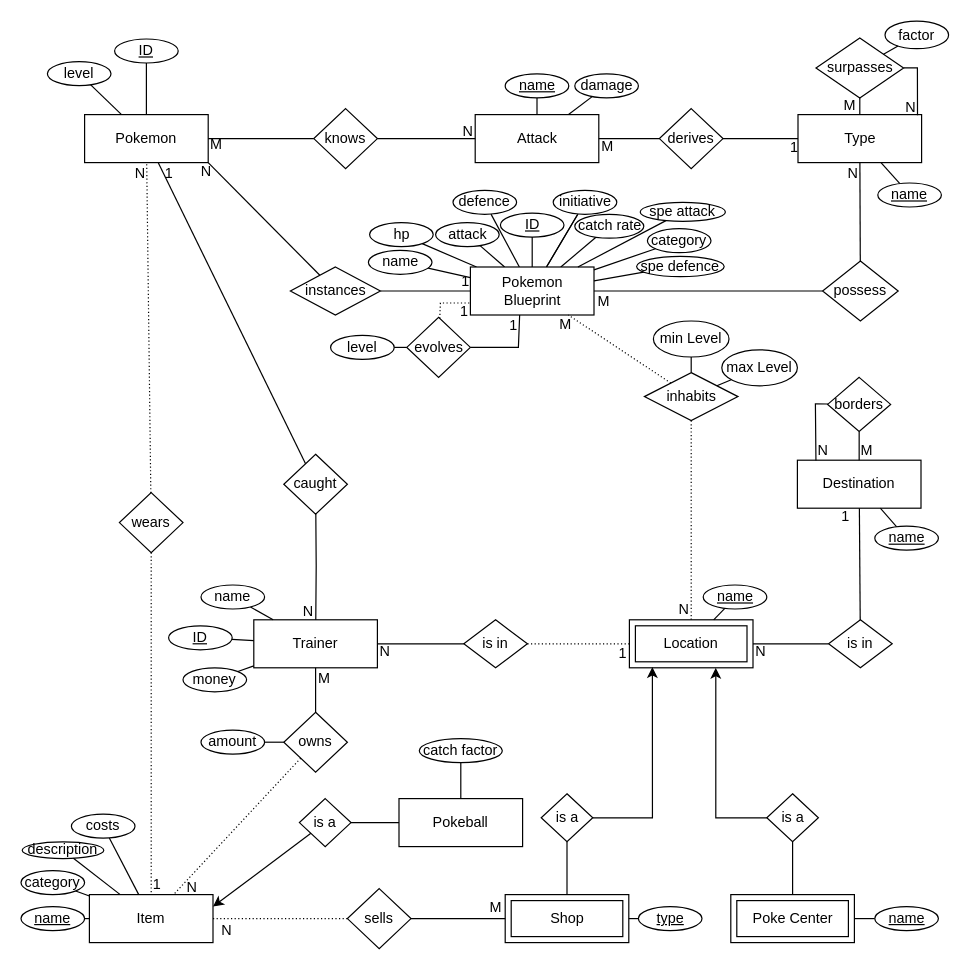
Above: Projekt/Pokemon Scuffed Grey.drawio in mypictur3esforu/Pokemon-Scuffed-Grey (draw.io), before the change. Source tidied: cells renumbered, new cells numbered last; positions are measured from the earlier drawing's top-left corner, leaving out a move shared by most shapes. Both pictures are drawn from the tidied source at 120%, with x=0, y=0 at pixel (20, 20).
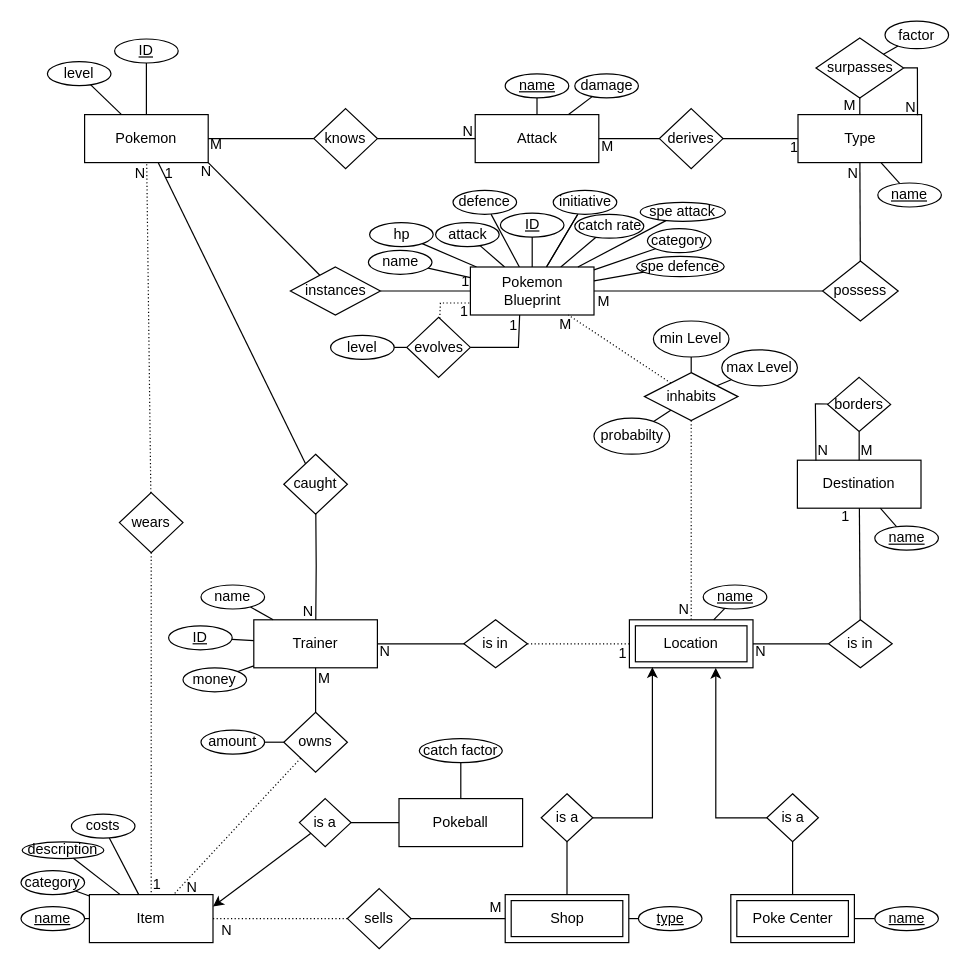
Above is the later version.

The change refers to these unchanged cells:
```xml
<mxCell id="45" value="inhabits" style="shape=rhombus;perimeter=rhombusPerimeter;whiteSpace=wrap;html=1;align=center;" parent="1" vertex="1">
  <mxGeometry x="519.5" y="293" width="78" height="40" as="geometry" />
</mxCell>
```

Diff of the diagram source:
```diff
@@
+    <mxCell id="158" value="probabilty" style="ellipse;whiteSpace=wrap;html=1;align=center;" parent="1" vertex="1">
+      <mxGeometry x="477.5" y="331" width="63" height="30" as="geometry" />
+    </mxCell>
+    <mxCell id="159" style="endArrow=none;html=1;rounded=0;elbow=vertical;" parent="1" edge="1" source="45" target="158">
+      <mxGeometry relative="1" as="geometry" />
+    </mxCell>
```
